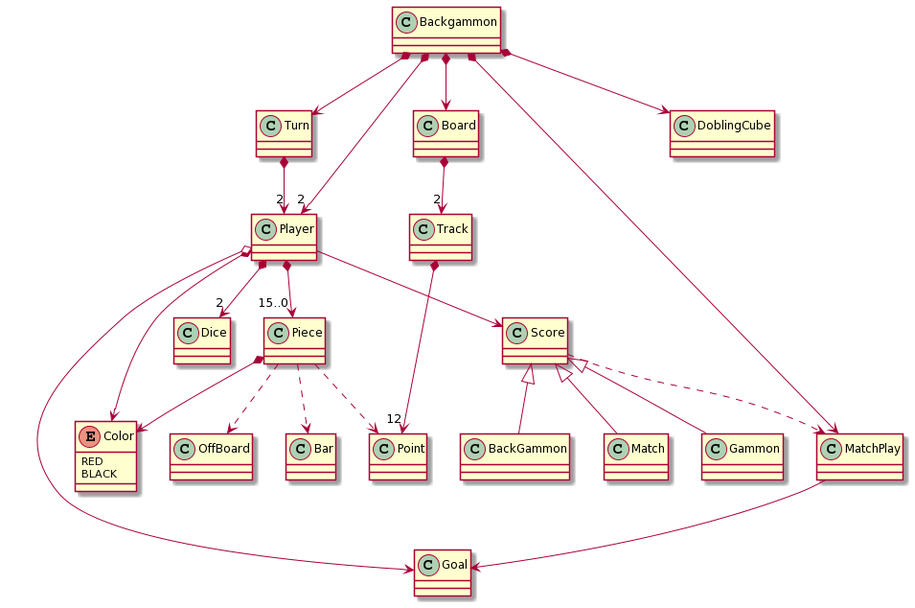
Above: domain_model/domain_model.png in USantaTecla-game-backgammon/backgammon (PlantUML), before the change. The source it was exported from:
```plantuml
@startuml
class Backgammon{}

class Board{}

class OffBoard{}

class Track{}

class Point{}

class Piece{}

enum Color{
  RED
  BLACK
}

class Goal{}

class Bar{}

class MatchPlay{}

class Turn{}

class Player{}

class Dice{}

class DoblingCube{}

class Match{}

class Gammon{}

class BackGammon{}

class Score{}

Player --> Score
Score ..> MatchPlay
MatchPlay --> Goal
Match -up-|> Score
Gammon -up-|> Score
BackGammon -up-|> Score
Backgammon *--> MatchPlay
Backgammon *--> Board
Backgammon *--> Turn
Backgammon *--> DoblingCube
Turn *--> "2" Player
Backgammon *--> "2" Player
Board *--> "2" Track
Track *--> "12" Point
Player *--> Color
Piece *--> Color
Piece ..> Point
Piece ..> OffBoard
Piece ..> Bar
Player *--> "15..0" Piece
Player *--> "2" Dice
Player o--> Goal
@enduml
```
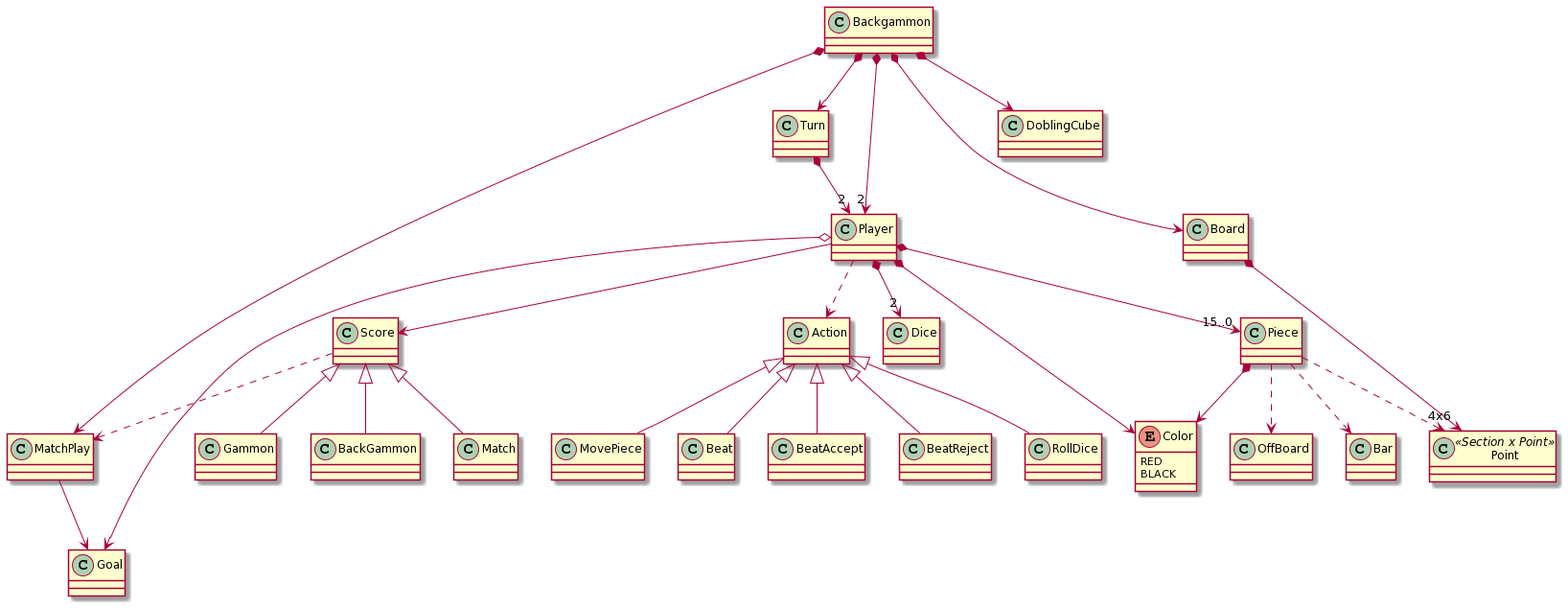
Above is the later version.

Diff of the diagram source:
```diff
@@ -5,9 +5,8 @@
 
 class OffBoard{}
 
-class Track{}
 
-class Point{}
+class Point <<Section x Point>> {}
 
 class Piece{}
 
@@ -38,6 +37,13 @@
 
 class Score{}
 
+class Action {}
+class RollDice {}
+class MovePiece {}
+class Beat {}
+class BeatAccept {}
+class BeatReject {}
+
 Player --> Score
 Score ..> MatchPlay
 MatchPlay --> Goal
@@ -50,8 +56,7 @@
 Backgammon *--> DoblingCube
 Turn *--> "2" Player
 Backgammon *--> "2" Player
-Board *--> "2" Track
-Track *--> "12" Point
+Board *--> "4x6" Point
 Player *--> Color
 Piece *--> Color
 Piece ..> Point
@@ -60,4 +65,11 @@
 Player *--> "15..0" Piece
 Player *--> "2" Dice
 Player o--> Goal
+Player ..> Action
+
+Action <|-- RollDice
+Action <|-- MovePiece
+Action <|-- Beat
+Action <|-- BeatAccept
+Action <|-- BeatReject
 @enduml
```
